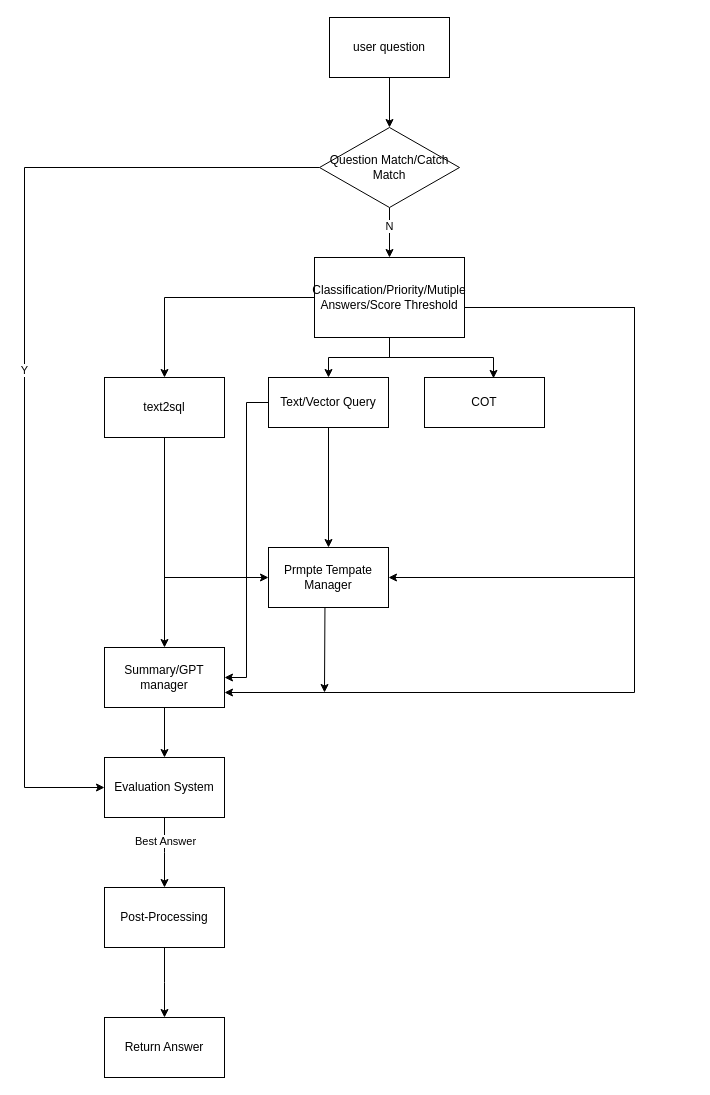
Before: 未命名绘图.drawio in qiutian-patsnap/draw_io, a draw.io diagram. Source tidied: cells renumbered, new cells numbered last; positions are measured from the earlier drawing's top-left corner, leaving out a move shared by most shapes. Both pictures are drawn from the tidied source at 100%, with x=0, y=0 at pixel (24, 17).
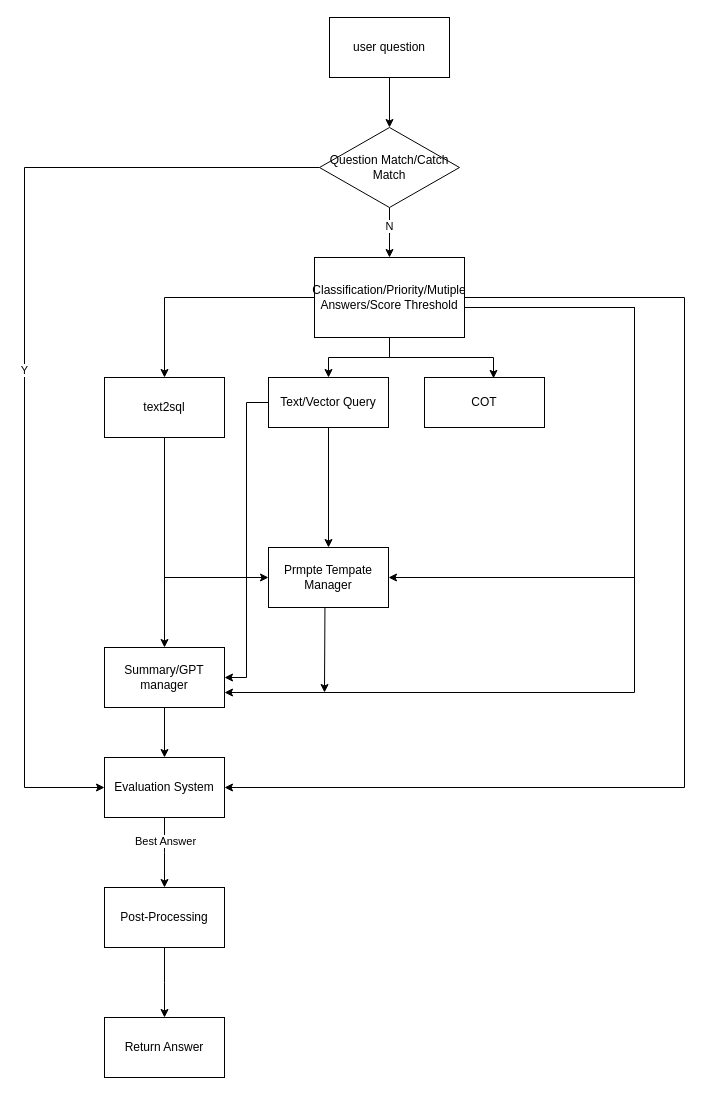
The same diagram, later.

Commit message:
更新未命名绘图.drawio

Unchanged cells that the change refers to:
```xml
<mxCell id="9" value="Classification/Priority/Mutiple Answers/Score Threshold" style="whiteSpace=wrap;html=1;" parent="1" vertex="1">
  <mxGeometry x="290" y="240" width="150" height="80" as="geometry" />
</mxCell>
<mxCell id="23" value="Evaluation System" style="whiteSpace=wrap;html=1;" parent="1" vertex="1">
  <mxGeometry x="80" y="740" width="120" height="60" as="geometry" />
</mxCell>
```

What changed in the source:
```diff
@@
+    <mxCell id="31" style="edgeStyle=orthogonalEdgeStyle;rounded=0;jettySize=auto;html=1;entryX=1;entryY=0.5;entryDx=0;entryDy=0;" parent="1" edge="1" source="9" target="23">
+      <mxGeometry relative="1" as="geometry">
+        <Array as="points">
+          <mxPoint x="660" y="280" />
+          <mxPoint x="660" y="770" />
+        </Array>
+      </mxGeometry>
+    </mxCell>
```
